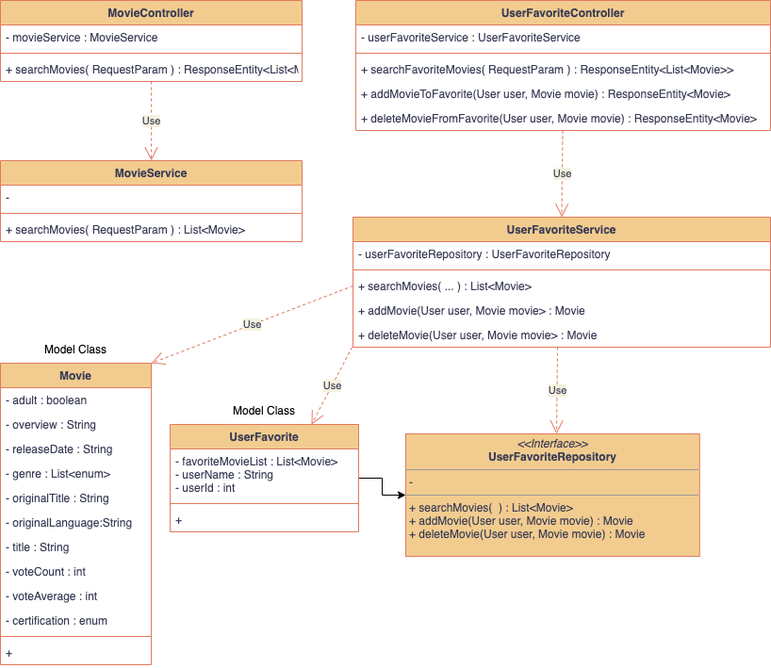
Before: MovieAPI_ClassDiagram.png, a diagram exported from draw.io (aparnak22/movie-api). Source tidied: cells renumbered, new cells last; positions are measured from the earlier drawing's top-left corner, leaving out a move shared by most shapes.
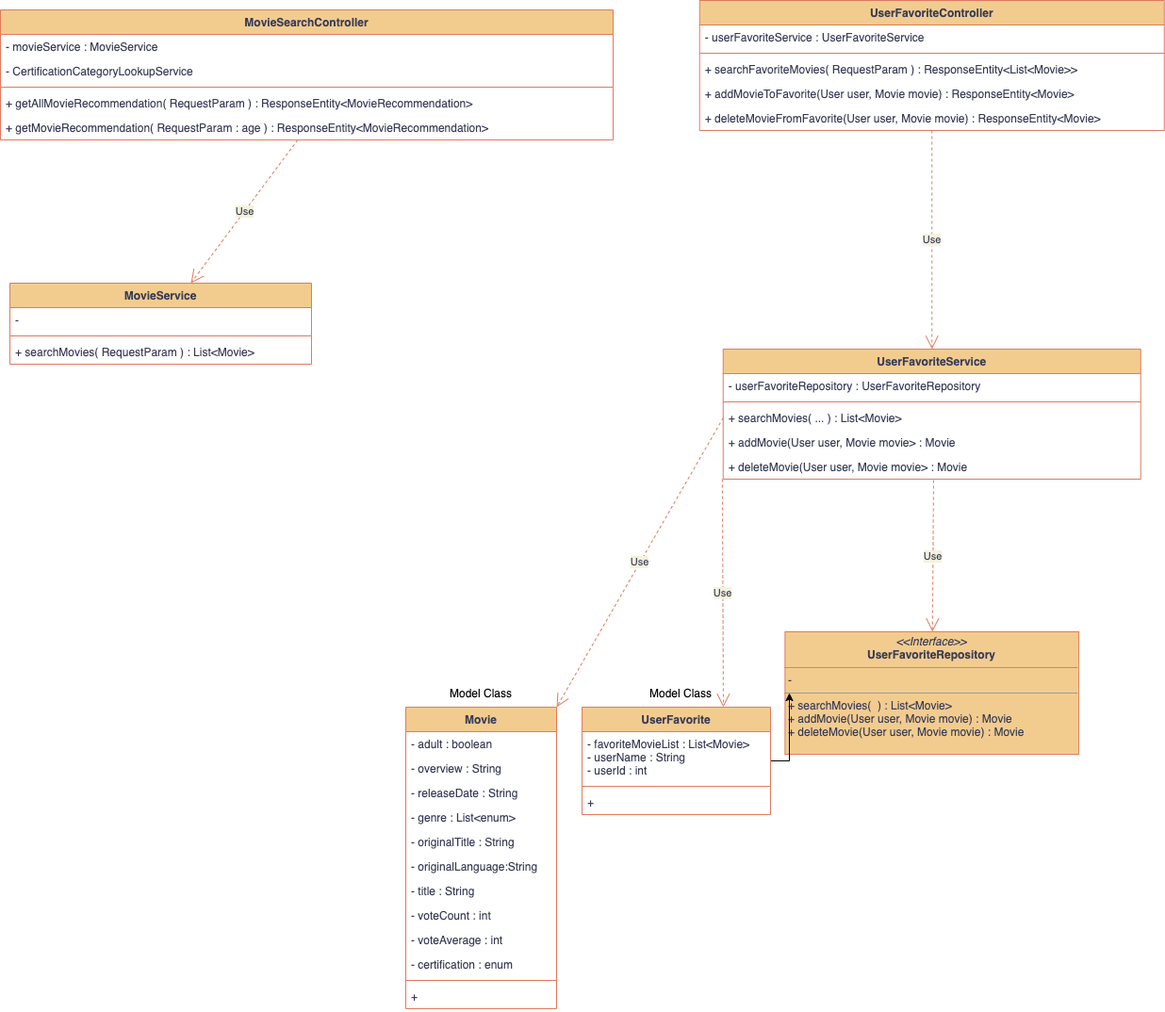
After the commit.

Diff of the diagram source:
```diff
@@ -2,20 +2,26 @@
   <root>
     <mxCell id="0" />
     <mxCell id="1" parent="0" />
-    <mxCell id="2" value="MovieController" style="swimlane;fontStyle=1;align=center;verticalAlign=top;horizontal=1;startSize=26;fillColor=#F2CC8F;strokeColor=#E07A5F;fontColor=#393C56;" parent="1" vertex="1">
-      <mxGeometry width="320" height="86" as="geometry" />
+    <mxCell id="2" value="MovieSearchController" style="swimlane;fontStyle=1;align=center;verticalAlign=top;horizontal=1;startSize=26;fillColor=#F2CC8F;strokeColor=#E07A5F;fontColor=#393C56;" parent="1" vertex="1">
+      <mxGeometry width="650" height="138" as="geometry" />
     </mxCell>
+    <mxCell id="48" value="- movieService : MovieService" style="text;strokeColor=none;fillColor=none;align=left;verticalAlign=top;spacingLeft=4;spacingRight=4;overflow=hidden;fontColor=#393C56;" parent="2" vertex="1">
+      <mxGeometry y="26" width="650" height="26" as="geometry" />
+    </mxCell>
-    <mxCell id="3" value="- movieService : MovieService" style="text;strokeColor=none;fillColor=none;align=left;verticalAlign=top;spacingLeft=4;spacingRight=4;overflow=hidden;fontColor=#393C56;" parent="2" vertex="1">
-      <mxGeometry y="26" width="320" height="26" as="geometry" />
+    <mxCell id="3" value="- CertificationCategoryLookupService" style="text;strokeColor=none;fillColor=none;align=left;verticalAlign=top;spacingLeft=4;spacingRight=4;overflow=hidden;fontColor=#393C56;" parent="2" vertex="1">
+      <mxGeometry y="52" width="650" height="26" as="geometry" />
     </mxCell>
     <mxCell id="4" style="line;strokeWidth=1;fillColor=none;align=left;verticalAlign=middle;spacingTop=-1;spacingLeft=3;spacingRight=3;labelPosition=right;labelBackgroundColor=#F4F1DE;strokeColor=#E07A5F;fontColor=#393C56;" parent="2" vertex="1">
-      <mxGeometry y="52" width="320" height="8" as="geometry" />
+      <mxGeometry y="78" width="650" height="8" as="geometry" />
     </mxCell>
+    <mxCell id="49" value="+ getAllMovieRecommendation( RequestParam ) : ResponseEntity&lt;MovieRecommendation&gt;" style="text;strokeColor=none;fillColor=none;align=left;verticalAlign=top;spacingLeft=4;spacingRight=4;overflow=hidden;fontColor=#393C56;" parent="2" vertex="1">
+      <mxGeometry y="86" width="650" height="26" as="geometry" />
+    </mxCell>
-    <mxCell id="5" value="+ searchMovies( RequestParam ) : ResponseEntity&lt;List&lt;Movie&gt;&gt;" style="text;strokeColor=none;fillColor=none;align=left;verticalAlign=top;spacingLeft=4;spacingRight=4;overflow=hidden;points=[[0,0.5],[1,0.5]];portConstraint=eastwest;fontColor=#393C56;" parent="2" vertex="1">
-      <mxGeometry y="60" width="320" height="26" as="geometry" />
+    <mxCell id="5" value="+ getMovieRecommendation( RequestParam : age ) : ResponseEntity&lt;MovieRecommendation&gt;" style="text;strokeColor=none;fillColor=none;align=left;verticalAlign=top;spacingLeft=4;spacingRight=4;overflow=hidden;points=[[0,0.5],[1,0.5]];portConstraint=eastwest;fontColor=#393C56;" parent="2" vertex="1">
+      <mxGeometry y="112" width="650" height="26" as="geometry" />
     </mxCell>
     <mxCell id="6" value="MovieService" style="swimlane;fontStyle=1;align=center;verticalAlign=top;horizontal=1;startSize=26;fillColor=#F2CC8F;strokeColor=#E07A5F;fontColor=#393C56;" parent="1" vertex="1">
-      <mxGeometry y="170" width="320" height="86" as="geometry" />
+      <mxGeometry x="10" y="290" width="320" height="86" as="geometry" />
     </mxCell>
     <mxCell id="7" value="- " style="text;strokeColor=none;fillColor=none;align=left;verticalAlign=top;spacingLeft=4;spacingRight=4;overflow=hidden;fontColor=#393C56;" parent="6" vertex="1">
       <mxGeometry y="26" width="320" height="26" as="geometry" />
@@ -30,25 +36,25 @@
       <mxGeometry relative="1" as="geometry" />
     </mxCell>
     <mxCell id="11" value="UserFavoriteController" style="swimlane;fontStyle=1;align=center;verticalAlign=top;horizontal=1;startSize=26;fillColor=#F2CC8F;strokeColor=#E07A5F;fontColor=#393C56;" parent="1" vertex="1">
-      <mxGeometry x="377" width="440" height="138" as="geometry" />
+      <mxGeometry x="741.8" y="-10" width="493" height="138" as="geometry" />
     </mxCell>
     <mxCell id="12" value="- userFavoriteService : UserFavoriteService" style="text;strokeColor=none;fillColor=none;align=left;verticalAlign=top;spacingLeft=4;spacingRight=4;overflow=hidden;fontColor=#393C56;" parent="11" vertex="1">
-      <mxGeometry y="26" width="440" height="26" as="geometry" />
+      <mxGeometry y="26" width="493" height="26" as="geometry" />
     </mxCell>
     <mxCell id="13" style="line;strokeWidth=1;fillColor=none;align=left;verticalAlign=middle;spacingTop=-1;spacingLeft=3;spacingRight=3;labelPosition=right;labelBackgroundColor=#F4F1DE;strokeColor=#E07A5F;fontColor=#393C56;" parent="11" vertex="1">
-      <mxGeometry y="52" width="440" height="8" as="geometry" />
+      <mxGeometry y="52" width="493" height="8" as="geometry" />
     </mxCell>
     <mxCell id="14" value="+ searchFavoriteMovies( RequestParam ) : ResponseEntity&lt;List&lt;Movie&gt;&gt;" style="text;strokeColor=none;fillColor=none;align=left;verticalAlign=top;spacingLeft=4;spacingRight=4;overflow=hidden;fontColor=#393C56;" parent="11" vertex="1">
-      <mxGeometry y="60" width="440" height="26" as="geometry" />
+      <mxGeometry y="60" width="493" height="26" as="geometry" />
     </mxCell>
     <mxCell id="15" value="+ addMovieToFavorite(User user, Movie movie) : ResponseEntity&lt;Movie&gt;" style="text;strokeColor=none;fillColor=none;align=left;verticalAlign=top;spacingLeft=4;spacingRight=4;overflow=hidden;fontColor=#393C56;" parent="11" vertex="1">
-      <mxGeometry y="86" width="440" height="26" as="geometry" />
+      <mxGeometry y="86" width="493" height="26" as="geometry" />
     </mxCell>
     <mxCell id="16" value="+ deleteMovieFromFavorite(User user, Movie movie) : ResponseEntity&lt;Movie&gt;" style="text;strokeColor=none;fillColor=none;align=left;verticalAlign=top;spacingLeft=4;spacingRight=4;overflow=hidden;points=[[0,0.5],[1,0.5]];portConstraint=eastwest;fontColor=#393C56;" parent="11" vertex="1">
-      <mxGeometry y="112" width="440" height="26" as="geometry" />
+      <mxGeometry y="112" width="493" height="26" as="geometry" />
     </mxCell>
     <mxCell id="17" value="UserFavoriteService" style="swimlane;fontStyle=1;align=center;verticalAlign=top;horizontal=1;startSize=26;fillColor=#F2CC8F;strokeColor=#E07A5F;fontColor=#393C56;" parent="1" vertex="1">
-      <mxGeometry x="374" y="230" width="443" height="138" as="geometry" />
+      <mxGeometry x="766.8" y="360" width="443" height="138" as="geometry" />
     </mxCell>
     <mxCell id="18" value="- userFavoriteRepository : UserFavoriteRepository" style="text;strokeColor=none;fillColor=none;align=left;verticalAlign=top;spacingLeft=4;spacingRight=4;overflow=hidden;fontColor=#393C56;" parent="17" vertex="1">
       <mxGeometry y="26" width="443" height="26" as="geometry" />
@@ -65,16 +71,14 @@
     <mxCell id="22" value="+ deleteMovie(User user, Movie movie&gt; : Movie" style="text;strokeColor=none;fillColor=none;align=left;verticalAlign=top;spacingLeft=4;spacingRight=4;overflow=hidden;points=[[0,0.5],[1,0.5]];portConstraint=eastwest;fontColor=#393C56;" parent="17" vertex="1">
       <mxGeometry y="112" width="443" height="26" as="geometry" />
     </mxCell>
-    <mxCell id="23" value="Use" style="endArrow=open;endSize=12;dashed=1;html=1;rounded=0;entryX=0.5;entryY=0;entryDx=0;entryDy=0;labelBackgroundColor=#F4F1DE;strokeColor=#E07A5F;fontColor=#393C56;" parent="1" edge="1" target="17">
-      <mxGeometry relative="1" as="geometry">
-        <mxPoint x="596.5" y="138" as="sourcePoint" />
-      </mxGeometry>
+    <mxCell id="23" value="Use" style="endArrow=open;endSize=12;dashed=1;html=1;rounded=0;entryX=0.5;entryY=0;entryDx=0;entryDy=0;labelBackgroundColor=#F4F1DE;strokeColor=#E07A5F;fontColor=#393C56;" parent="1" edge="1" source="16" target="17">
+      <mxGeometry relative="1" as="geometry" />
     </mxCell>
     <mxCell id="24" value="&lt;p style=&quot;margin: 0px ; margin-top: 4px ; text-align: center&quot;&gt;&lt;i&gt;&amp;lt;&amp;lt;Interface&amp;gt;&amp;gt;&lt;/i&gt;&lt;br&gt;&lt;b&gt;UserFavoriteRepository&lt;/b&gt;&lt;/p&gt;&lt;hr size=&quot;1&quot;&gt;&lt;p style=&quot;margin: 0px ; margin-left: 4px&quot;&gt;-&amp;nbsp;&lt;br&gt;&lt;/p&gt;&lt;hr size=&quot;1&quot;&gt;&lt;p style=&quot;margin: 0px ; margin-left: 4px&quot;&gt;+ searchMovies(&amp;nbsp; ) : List&amp;lt;Movie&amp;gt;&lt;/p&gt;&lt;p style=&quot;margin: 0px ; margin-left: 4px&quot;&gt;+ addMovie(User user, Movie movie) : Movie&lt;/p&gt;&lt;p style=&quot;margin: 0px ; margin-left: 4px&quot;&gt;+ deleteMovie(User user, Movie movie) : Movie&lt;/p&gt;" style="verticalAlign=top;align=left;overflow=fill;fontSize=12;fontFamily=Helvetica;html=1;fillColor=#F2CC8F;strokeColor=#E07A5F;fontColor=#393C56;" parent="1" vertex="1">
-      <mxGeometry x="430" y="460" width="311.8" height="130" as="geometry" />
+      <mxGeometry x="832.4" y="660" width="311.8" height="130" as="geometry" />
     </mxCell>
     <mxCell id="25" value="Movie" style="swimlane;fontStyle=1;align=center;verticalAlign=top;horizontal=1;startSize=26;fillColor=#F2CC8F;strokeColor=#E07A5F;fontColor=#393C56;" parent="1" vertex="1">
-      <mxGeometry y="385" width="160" height="320" as="geometry" />
+      <mxGeometry x="430" y="740" width="160" height="320" as="geometry" />
     </mxCell>
     <mxCell id="26" value="- adult : boolean" style="text;strokeColor=none;fillColor=none;align=left;verticalAlign=top;spacingLeft=4;spacingRight=4;overflow=hidden;fontColor=#393C56;" parent="25" vertex="1">
       <mxGeometry y="26" width="160" height="26" as="geometry" />
@@ -116,7 +120,7 @@
       <mxGeometry relative="1" as="geometry" />
     </mxCell>
     <mxCell id="39" value="UserFavorite" style="swimlane;fontStyle=1;align=center;verticalAlign=top;horizontal=1;startSize=26;fillColor=#F2CC8F;strokeColor=#E07A5F;fontColor=#393C56;" parent="1" vertex="1">
-      <mxGeometry x="180" y="450" width="200" height="114" as="geometry" />
+      <mxGeometry x="617" y="740" width="200" height="114" as="geometry" />
     </mxCell>
     <mxCell id="40" value="- favoriteMovieList : List&lt;Movie&gt;&#10;- userName : String&#10;- userId : int" style="text;strokeColor=none;fillColor=none;align=left;verticalAlign=top;spacingLeft=4;spacingRight=4;overflow=hidden;fontColor=#393C56;" parent="39" vertex="1">
       <mxGeometry y="26" width="200" height="54" as="geometry" />
@@ -128,16 +132,13 @@
       <mxGeometry y="88" width="200" height="26" as="geometry" />
     </mxCell>
     <mxCell id="43" value="Model Class" style="text;html=1;strokeColor=none;fillColor=none;align=center;verticalAlign=middle;whiteSpace=wrap;rounded=0;fontColor=#030303;" parent="1" vertex="1">
-      <mxGeometry x="35" y="355" width="90" height="30" as="geometry" />
+      <mxGeometry x="465" y="710" width="90" height="30" as="geometry" />
     </mxCell>
     <mxCell id="44" value="Model Class" style="text;html=1;strokeColor=none;fillColor=none;align=center;verticalAlign=middle;whiteSpace=wrap;rounded=0;fontColor=#030303;" parent="1" vertex="1">
-      <mxGeometry x="235" y="420" width="90" height="30" as="geometry" />
+      <mxGeometry x="676.8" y="710" width="90" height="30" as="geometry" />
     </mxCell>
-    <mxCell id="45" value="Use" style="endArrow=open;endSize=12;dashed=1;html=1;rounded=0;entryX=0.5;entryY=0;entryDx=0;entryDy=0;labelBackgroundColor=#F4F1DE;strokeColor=#E07A5F;fontColor=#393C56;" parent="1" edge="1">
-      <mxGeometry relative="1" as="geometry">
-        <mxPoint x="591" y="368" as="sourcePoint" />
-        <mxPoint x="590" y="460" as="targetPoint" />
-      </mxGeometry>
+    <mxCell id="45" value="Use" style="endArrow=open;endSize=12;dashed=1;html=1;rounded=0;labelBackgroundColor=#F4F1DE;strokeColor=#E07A5F;fontColor=#393C56;exitX=0.504;exitY=1.038;exitDx=0;exitDy=0;exitPerimeter=0;" parent="1" edge="1" source="22" target="24">
+      <mxGeometry relative="1" as="geometry" />
     </mxCell>
     <mxCell id="46" value="Use" style="endArrow=open;endSize=12;dashed=1;html=1;rounded=0;entryX=1;entryY=0;entryDx=0;entryDy=0;labelBackgroundColor=#F4F1DE;strokeColor=#E07A5F;fontColor=#393C56;exitX=0;exitY=0.5;exitDx=0;exitDy=0;" parent="1" edge="1" source="20" target="25">
       <mxGeometry relative="1" as="geometry" />
```
